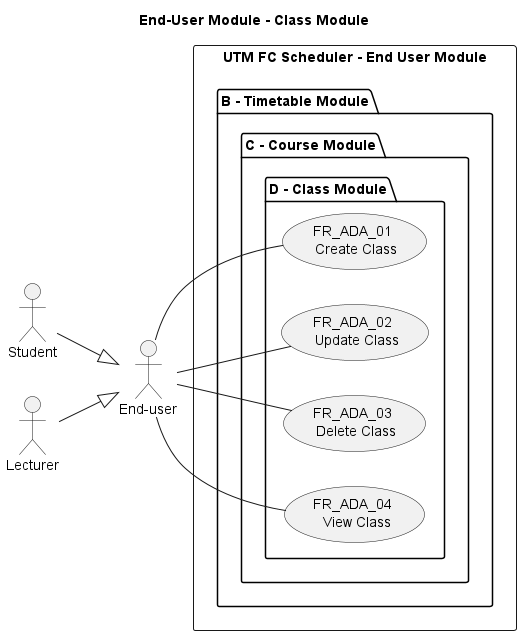
The PlantUML diagram diagrams/use-case/end-user/Class Module/End-User Module - Class Module.png in AdmiJW/UTM-FC-Scheduler-UML, before a commit.
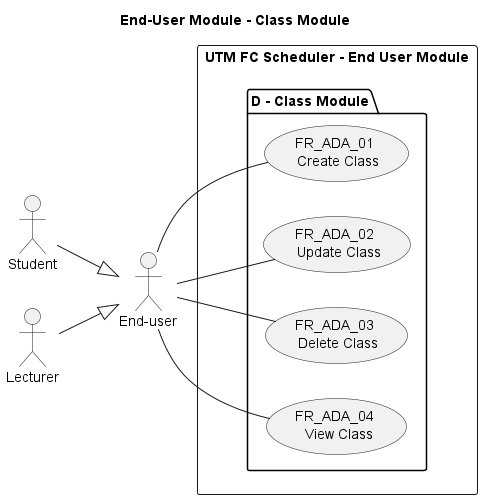
After the commit.

The edit, as a diff of the source:
```diff
@@ -10,18 +10,12 @@
 
 
 rectangle "UTM FC Scheduler - End User Module" {
-
-
-package "B - Timetable Module" {
-    package "C - Course Module" {
-        package "D - Class Module" {
-            usecase (FR_ADA_01 \n Create Class) as FR_ADA_01
-            usecase (FR_ADA_02 \n Update Class) as FR_ADA_02
-            usecase (FR_ADA_03 \n Delete Class) as FR_ADA_03
-            usecase (FR_ADA_04 \n View Class) as FR_ADA_04
-        }
+    package "D - Class Module" {
+        usecase (FR_ADA_01 \n Create Class) as FR_ADA_01
+        usecase (FR_ADA_02 \n Update Class) as FR_ADA_02
+        usecase (FR_ADA_03 \n Delete Class) as FR_ADA_03
+        usecase (FR_ADA_04 \n View Class) as FR_ADA_04
     }
-}
 }
 
 EU -- FR_ADA_01
```
